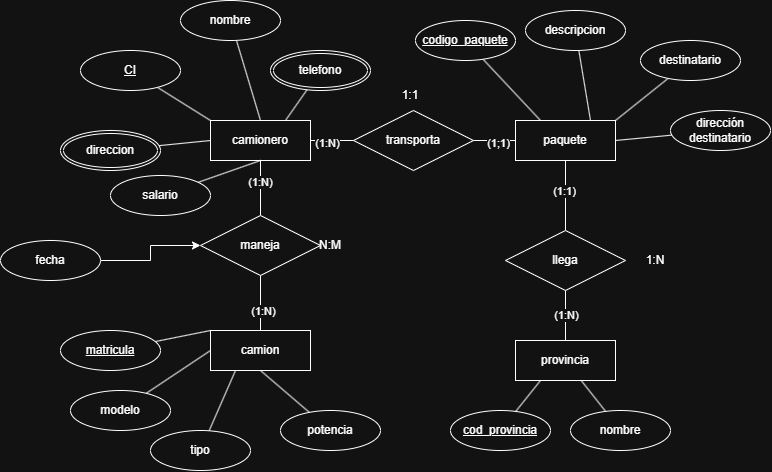
The draw.io diagram Diagramas Entidad Relacion/Imagenes/camionero.png in cesarlojan01/BDD, before a commit. Source tidied: cells renumbered, new cells last; positions are measured from the earlier drawing's top-left corner, leaving out a move shared by most shapes. The source it was exported from:
```xml
<mxGraphModel>
  <root>
    <mxCell id="0" />
    <mxCell id="1" parent="0" />
    <mxCell id="2" style="edgeStyle=orthogonalEdgeStyle;rounded=0;jettySize=auto;html=1;endArrow=none;endFill=0;" parent="1" edge="1" source="4" target="14">
      <mxGeometry relative="1" as="geometry" />
    </mxCell>
    <mxCell id="3" value="(1:1)" style="edgeLabel;html=1;align=center;verticalAlign=middle;" parent="2" vertex="1">
      <mxGeometry x="-0.15" y="-2" relative="1" as="geometry" />
    </mxCell>
    <mxCell id="4" value="paquete" style="whiteSpace=wrap;html=1;align=center;" parent="1" vertex="1">
      <mxGeometry x="515" y="120" width="100" height="40" as="geometry" />
    </mxCell>
    <mxCell id="5" value="provincia" style="whiteSpace=wrap;html=1;align=center;" parent="1" vertex="1">
      <mxGeometry x="515" y="340" width="100" height="40" as="geometry" />
    </mxCell>
    <mxCell id="6" style="edgeStyle=orthogonalEdgeStyle;rounded=0;jettySize=auto;html=1;endArrow=none;endFill=0;" parent="1" edge="1" source="8" target="11">
      <mxGeometry relative="1" as="geometry" />
    </mxCell>
    <mxCell id="7" value="(1:N)" style="edgeLabel;html=1;align=center;verticalAlign=middle;" parent="6" vertex="1">
      <mxGeometry x="-0.25" y="-2" relative="1" as="geometry" />
    </mxCell>
    <mxCell id="8" value="camionero" style="whiteSpace=wrap;html=1;align=center;" parent="1" vertex="1">
      <mxGeometry x="210" y="120" width="100" height="40" as="geometry" />
    </mxCell>
    <mxCell id="9" style="edgeStyle=orthogonalEdgeStyle;rounded=0;jettySize=auto;html=1;endArrow=none;endFill=0;" parent="1" edge="1" source="11" target="4">
      <mxGeometry relative="1" as="geometry" />
    </mxCell>
    <mxCell id="10" value="(1;1)" style="edgeLabel;html=1;align=center;verticalAlign=middle;" parent="9" vertex="1">
      <mxGeometry x="0.15" y="-2" relative="1" as="geometry" />
    </mxCell>
    <mxCell id="11" value="transporta" style="shape=rhombus;perimeter=rhombusPerimeter;whiteSpace=wrap;html=1;align=center;" parent="1" vertex="1">
      <mxGeometry x="353" y="110" width="120" height="60" as="geometry" />
    </mxCell>
    <mxCell id="12" style="edgeStyle=orthogonalEdgeStyle;rounded=0;jettySize=auto;html=1;endArrow=none;endFill=0;" parent="1" edge="1" source="14" target="5">
      <mxGeometry relative="1" as="geometry" />
    </mxCell>
    <mxCell id="13" value="(1:N)" style="edgeLabel;html=1;align=center;verticalAlign=middle;" parent="12" vertex="1">
      <mxGeometry x="-0.03" relative="1" as="geometry" />
    </mxCell>
    <mxCell id="14" value="llega" style="shape=rhombus;perimeter=rhombusPerimeter;whiteSpace=wrap;html=1;align=center;" parent="1" vertex="1">
      <mxGeometry x="505" y="230" width="120" height="60" as="geometry" />
    </mxCell>
    <mxCell id="15" style="rounded=0;jettySize=auto;html=1;entryX=0;entryY=0;entryDx=0;entryDy=0;endArrow=none;endFill=0;" parent="1" edge="1" source="16" target="8">
      <mxGeometry relative="1" as="geometry" />
    </mxCell>
    <mxCell id="16" value="CI" style="ellipse;whiteSpace=wrap;html=1;align=center;fontStyle=4;" parent="1" vertex="1">
      <mxGeometry x="80" y="50" width="100" height="40" as="geometry" />
    </mxCell>
    <mxCell id="17" style="rounded=0;jettySize=auto;html=1;entryX=0.5;entryY=0;entryDx=0;entryDy=0;endArrow=none;endFill=0;" parent="1" edge="1" source="18" target="8">
      <mxGeometry relative="1" as="geometry" />
    </mxCell>
    <mxCell id="18" value="nombre" style="ellipse;whiteSpace=wrap;html=1;align=center;" parent="1" vertex="1">
      <mxGeometry x="180" width="100" height="40" as="geometry" />
    </mxCell>
    <mxCell id="19" style="rounded=0;jettySize=auto;html=1;entryX=0;entryY=0.5;entryDx=0;entryDy=0;endArrow=none;endFill=0;" parent="1" edge="1" source="20" target="8">
      <mxGeometry relative="1" as="geometry" />
    </mxCell>
    <mxCell id="20" value="direccion" style="ellipse;shape=doubleEllipse;margin=3;whiteSpace=wrap;html=1;align=center;" parent="1" vertex="1">
      <mxGeometry x="60" y="130" width="100" height="40" as="geometry" />
    </mxCell>
    <mxCell id="21" style="rounded=0;jettySize=auto;html=1;entryX=0.75;entryY=0;entryDx=0;entryDy=0;endArrow=none;endFill=0;" parent="1" edge="1" source="22" target="8">
      <mxGeometry relative="1" as="geometry" />
    </mxCell>
    <mxCell id="22" value="telefono" style="ellipse;shape=doubleEllipse;margin=3;whiteSpace=wrap;html=1;align=center;" parent="1" vertex="1">
      <mxGeometry x="270" y="50" width="100" height="40" as="geometry" />
    </mxCell>
    <mxCell id="23" style="rounded=0;jettySize=auto;html=1;entryX=0.5;entryY=1;entryDx=0;entryDy=0;endArrow=none;endFill=0;" parent="1" edge="1" source="24" target="8">
      <mxGeometry relative="1" as="geometry" />
    </mxCell>
    <mxCell id="24" value="salario" style="ellipse;whiteSpace=wrap;html=1;align=center;" parent="1" vertex="1">
      <mxGeometry x="110" y="175" width="100" height="40" as="geometry" />
    </mxCell>
    <mxCell id="25" style="rounded=0;jettySize=auto;html=1;entryX=0.75;entryY=0;entryDx=0;entryDy=0;endArrow=none;endFill=0;" parent="1" edge="1" source="26" target="4">
      <mxGeometry relative="1" as="geometry" />
    </mxCell>
    <mxCell id="26" value="descripcion" style="ellipse;whiteSpace=wrap;html=1;align=center;" parent="1" vertex="1">
      <mxGeometry x="525" y="10" width="100" height="40" as="geometry" />
    </mxCell>
    <mxCell id="27" style="rounded=0;jettySize=auto;html=1;entryX=0.25;entryY=0;entryDx=0;entryDy=0;endArrow=none;endFill=0;" parent="1" edge="1" source="28" target="4">
      <mxGeometry relative="1" as="geometry" />
    </mxCell>
    <mxCell id="28" value="codigo_paquete" style="ellipse;whiteSpace=wrap;html=1;align=center;fontStyle=4;" parent="1" vertex="1">
      <mxGeometry x="415" y="20" width="100" height="40" as="geometry" />
    </mxCell>
    <mxCell id="29" value="cod_provincia" style="ellipse;whiteSpace=wrap;html=1;align=center;fontStyle=4;" parent="1" vertex="1">
      <mxGeometry x="450" y="410" width="100" height="40" as="geometry" />
    </mxCell>
    <mxCell id="30" style="rounded=0;jettySize=auto;html=1;endArrow=none;endFill=0;" parent="1" edge="1" source="31" target="5">
      <mxGeometry relative="1" as="geometry" />
    </mxCell>
    <mxCell id="31" value="nombre" style="ellipse;whiteSpace=wrap;html=1;align=center;" parent="1" vertex="1">
      <mxGeometry x="570" y="410" width="100" height="40" as="geometry" />
    </mxCell>
    <mxCell id="32" style="rounded=0;jettySize=auto;html=1;entryX=0.25;entryY=1;entryDx=0;entryDy=0;endArrow=none;endFill=0;" parent="1" edge="1" source="29" target="5">
      <mxGeometry relative="1" as="geometry" />
    </mxCell>
    <mxCell id="33" value="1:1" style="text;html=1;whiteSpace=wrap;strokeColor=none;fillColor=none;align=center;verticalAlign=middle;rounded=0;" parent="1" vertex="1">
      <mxGeometry x="380" y="80" width="60" height="30" as="geometry" />
    </mxCell>
    <mxCell id="34" value="1:N" style="text;html=1;whiteSpace=wrap;strokeColor=none;fillColor=none;align=center;verticalAlign=middle;rounded=0;" parent="1" vertex="1">
      <mxGeometry x="625" y="245" width="60" height="30" as="geometry" />
    </mxCell>
    <mxCell id="35" value="camion" style="whiteSpace=wrap;html=1;align=center;" parent="1" vertex="1">
      <mxGeometry x="210" y="330" width="100" height="40" as="geometry" />
    </mxCell>
    <mxCell id="36" style="rounded=0;jettySize=auto;html=1;entryX=0;entryY=0.5;entryDx=0;entryDy=0;endArrow=none;endFill=0;" parent="1" edge="1" source="37" target="35">
      <mxGeometry relative="1" as="geometry" />
    </mxCell>
    <mxCell id="37" value="modelo" style="ellipse;whiteSpace=wrap;html=1;align=center;" parent="1" vertex="1">
      <mxGeometry x="70" y="390" width="100" height="40" as="geometry" />
    </mxCell>
    <mxCell id="38" style="rounded=0;jettySize=auto;html=1;entryX=0;entryY=0;entryDx=0;entryDy=0;endArrow=none;endFill=0;" parent="1" edge="1" source="39" target="35">
      <mxGeometry relative="1" as="geometry" />
    </mxCell>
    <mxCell id="39" value="matricula" style="ellipse;whiteSpace=wrap;html=1;align=center;fontStyle=4;" parent="1" vertex="1">
      <mxGeometry x="60" y="330" width="100" height="40" as="geometry" />
    </mxCell>
    <mxCell id="40" style="rounded=0;jettySize=auto;html=1;entryX=0.25;entryY=1;entryDx=0;entryDy=0;endArrow=none;endFill=0;" parent="1" edge="1" source="41" target="35">
      <mxGeometry relative="1" as="geometry" />
    </mxCell>
    <mxCell id="41" value="tipo" style="ellipse;whiteSpace=wrap;html=1;align=center;" parent="1" vertex="1">
      <mxGeometry x="150" y="430" width="100" height="40" as="geometry" />
    </mxCell>
    <mxCell id="42" style="rounded=0;jettySize=auto;html=1;entryX=0.5;entryY=1;entryDx=0;entryDy=0;endArrow=none;endFill=0;" parent="1" edge="1" source="43" target="35">
      <mxGeometry relative="1" as="geometry" />
    </mxCell>
    <mxCell id="43" value="potencia" style="ellipse;whiteSpace=wrap;html=1;align=center;" parent="1" vertex="1">
      <mxGeometry x="280" y="410" width="100" height="40" as="geometry" />
    </mxCell>
    <mxCell id="44" style="edgeStyle=orthogonalEdgeStyle;rounded=0;jettySize=auto;html=1;endArrow=none;endFill=0;" parent="1" edge="1" source="48" target="8">
      <mxGeometry relative="1" as="geometry" />
    </mxCell>
    <mxCell id="45" value="(1:N)" style="edgeLabel;html=1;align=center;verticalAlign=middle;" parent="44" vertex="1">
      <mxGeometry x="0.23" y="1" relative="1" as="geometry" />
    </mxCell>
    <mxCell id="46" style="edgeStyle=orthogonalEdgeStyle;rounded=0;jettySize=auto;html=1;endArrow=none;endFill=0;" parent="1" edge="1" source="48" target="35">
      <mxGeometry relative="1" as="geometry" />
    </mxCell>
    <mxCell id="47" value="(1:N)" style="edgeLabel;html=1;align=center;verticalAlign=middle;" parent="46" vertex="1">
      <mxGeometry x="0.26" y="2" relative="1" as="geometry" />
    </mxCell>
    <mxCell id="48" value="maneja" style="shape=rhombus;perimeter=rhombusPerimeter;whiteSpace=wrap;html=1;align=center;" parent="1" vertex="1">
      <mxGeometry x="200" y="215" width="120" height="60" as="geometry" />
    </mxCell>
    <mxCell id="49" style="edgeStyle=orthogonalEdgeStyle;rounded=0;jettySize=auto;html=1;entryX=0;entryY=0.5;entryDx=0;entryDy=0;" parent="1" edge="1" source="50" target="48">
      <mxGeometry relative="1" as="geometry" />
    </mxCell>
    <mxCell id="50" value="fecha" style="ellipse;whiteSpace=wrap;html=1;align=center;" parent="1" vertex="1">
      <mxGeometry y="240" width="100" height="40" as="geometry" />
    </mxCell>
    <mxCell id="51" value="N:M" style="text;html=1;whiteSpace=wrap;strokeColor=none;fillColor=none;align=center;verticalAlign=middle;rounded=0;" parent="1" vertex="1">
      <mxGeometry x="300" y="230" width="60" height="30" as="geometry" />
    </mxCell>
    <mxCell id="52" style="rounded=0;jettySize=auto;html=1;entryX=1;entryY=0;entryDx=0;entryDy=0;endArrow=none;endFill=0;" parent="1" edge="1" source="53" target="4">
      <mxGeometry x="0.01" relative="1" as="geometry" />
    </mxCell>
    <mxCell id="53" value="destinatario" style="ellipse;whiteSpace=wrap;html=1;align=center;" parent="1" vertex="1">
      <mxGeometry x="640" y="40" width="100" height="40" as="geometry" />
    </mxCell>
    <mxCell id="54" style="rounded=0;jettySize=auto;html=1;entryX=1;entryY=0.5;entryDx=0;entryDy=0;endArrow=none;endFill=0;" parent="1" edge="1" source="55" target="4">
      <mxGeometry x="0.02" relative="1" as="geometry" />
    </mxCell>
    <mxCell id="55" value="&lt;div&gt;dirección&lt;/div&gt;&lt;div&gt;destinatario&lt;/div&gt;" style="ellipse;whiteSpace=wrap;html=1;align=center;" parent="1" vertex="1">
      <mxGeometry x="670" y="110" width="100" height="40" as="geometry" />
    </mxCell>
  </root>
</mxGraphModel>
```
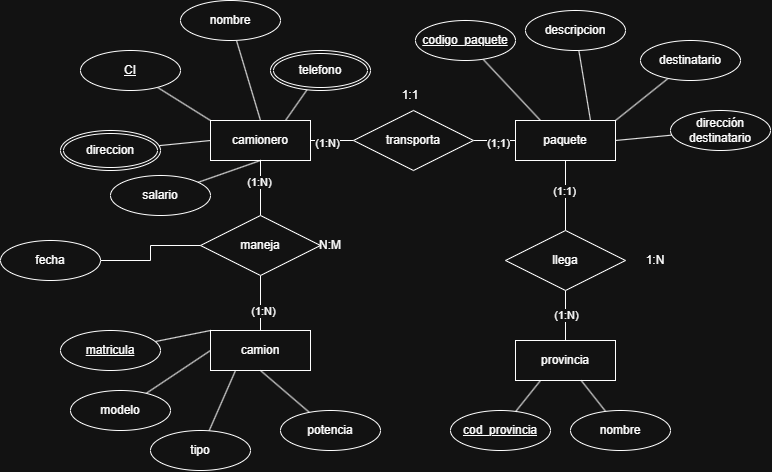
The same diagram one commit later.

Commit message:
modificacion diagrama camionero

The edit, as a diff of the source:
```diff
@@ -143,8 +143,8 @@
     <mxCell id="48" value="maneja" style="shape=rhombus;perimeter=rhombusPerimeter;whiteSpace=wrap;html=1;align=center;" parent="1" vertex="1">
       <mxGeometry x="200" y="215" width="120" height="60" as="geometry" />
     </mxCell>
-    <mxCell id="49" style="edgeStyle=orthogonalEdgeStyle;rounded=0;jettySize=auto;html=1;entryX=0;entryY=0.5;entryDx=0;entryDy=0;" parent="1" edge="1" source="50" target="48">
-      <mxGeometry relative="1" as="geometry" />
+    <mxCell id="49" style="edgeStyle=orthogonalEdgeStyle;rounded=0;jettySize=auto;html=1;entryX=0;entryY=0.5;entryDx=0;entryDy=0;endArrow=none;endFill=0;" parent="1" edge="1" source="50" target="48">
+      <mxGeometry x="0.01" relative="1" as="geometry" />
     </mxCell>
     <mxCell id="50" value="fecha" style="ellipse;whiteSpace=wrap;html=1;align=center;" parent="1" vertex="1">
       <mxGeometry y="240" width="100" height="40" as="geometry" />
```
